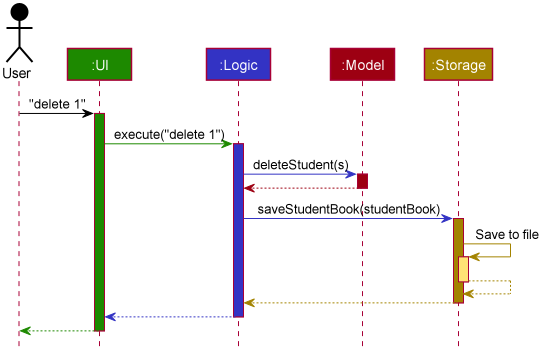
This is docs/images/ArchitectureSequenceDiagram.png from nus-cs2103-AY2021S2/tp, a PlantUML export, as it was before one commit. Its source is kept beside it as docs/diagrams/ArchitectureSequenceDiagram.puml.
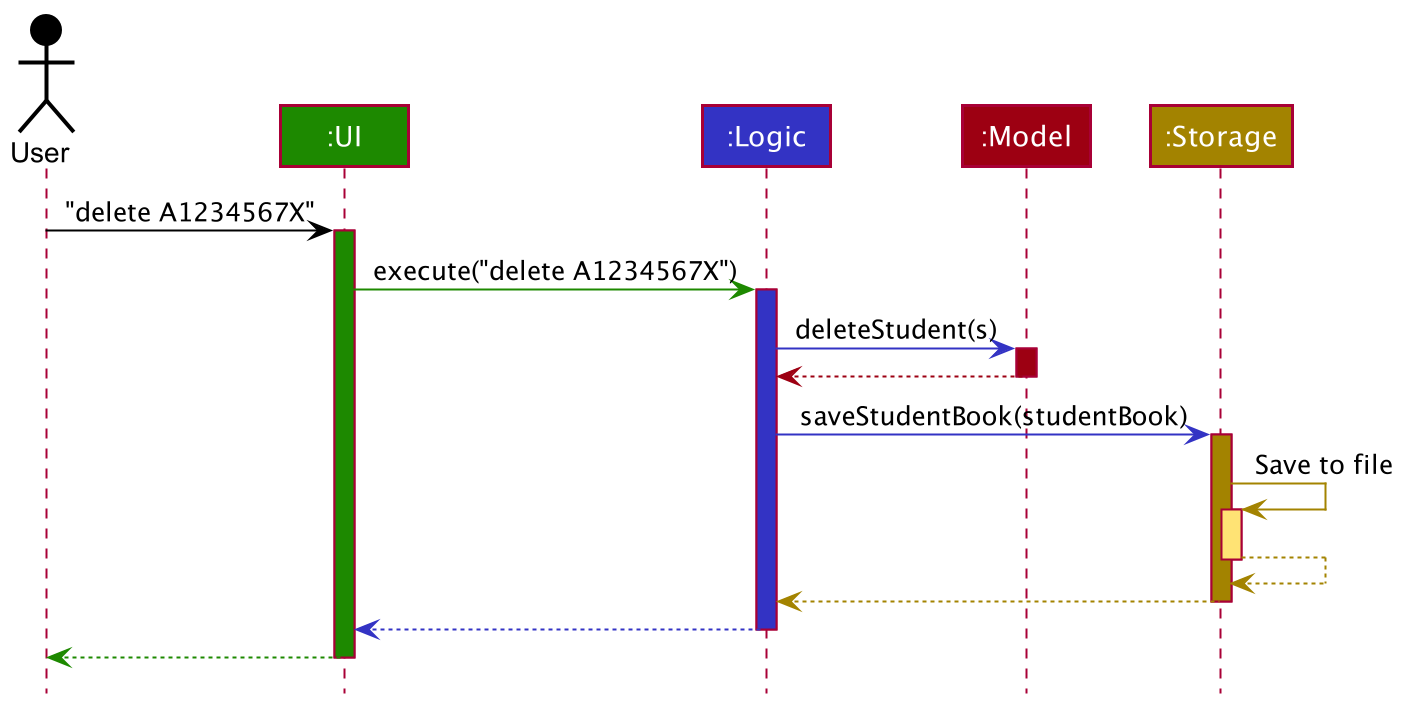
The same diagram one commit later.

Commit message:
Update class names and sequence diagram in DG

Diff of the diagram source:
```diff
@@ -7,10 +7,10 @@
 Participant ":Model" as model MODEL_COLOR
 Participant ":Storage" as storage STORAGE_COLOR
 
-user -[USER_COLOR]> ui : "delete 1"
+user -[USER_COLOR]> ui : "delete A1234567X"
 activate ui UI_COLOR
 
-ui -[UI_COLOR]> logic : execute("delete 1")
+ui -[UI_COLOR]> logic : execute("delete A1234567X")
 activate logic LOGIC_COLOR
 
 logic -[LOGIC_COLOR]> model : deleteStudent(s)
```
